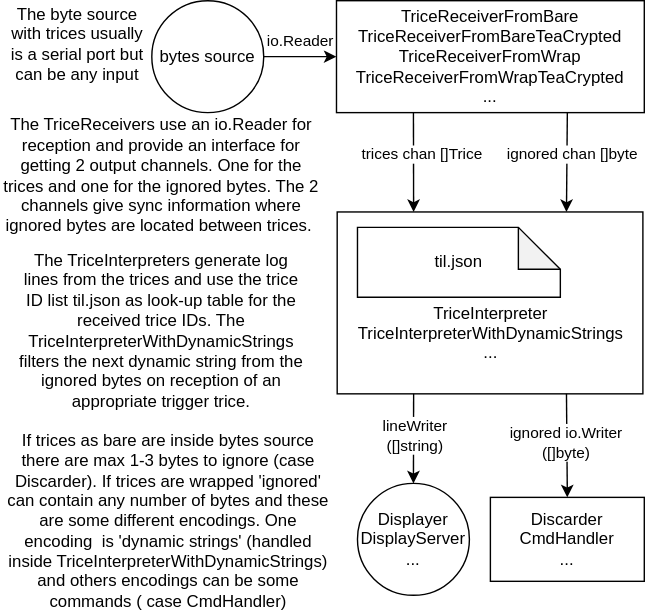
The draw.io diagram docs/README.media/TriceReceiver2.svg in rokath/trice, before a commit. Source tidied: cells renumbered, new cells last; positions are measured from the earlier drawing's top-left corner, leaving out a move shared by most shapes.
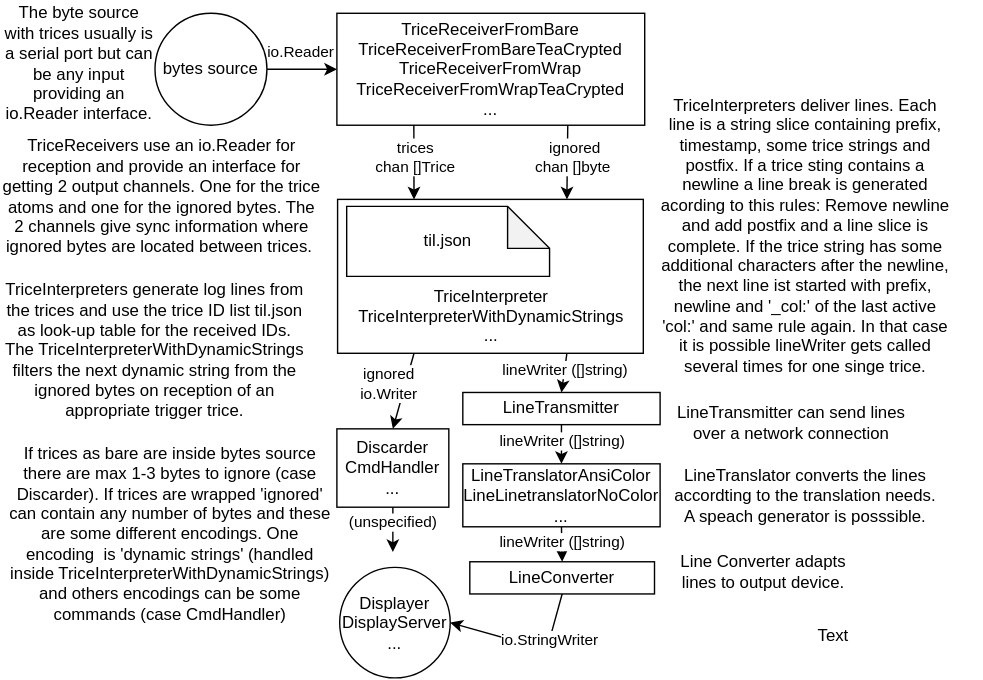
The same diagram one commit later.

What changed in the source:
```diff
@@ -6,7 +6,7 @@
       <mxGeometry x="240" width="220" height="80" as="geometry" />
     </mxCell>
     <mxCell id="3" value="bytes source" style="ellipse;whiteSpace=wrap;html=1;" parent="1" vertex="1">
-      <mxGeometry x="108" width="80" height="80" as="geometry" />
+      <mxGeometry x="110" width="80" height="80" as="geometry" />
     </mxCell>
     <mxCell id="4" style="endArrow=classic;html=1;exitX=1;exitY=0.5;exitDx=0;exitDy=0;entryX=0;entryY=0.5;entryDx=0;entryDy=0;" parent="1" edge="1" source="3" target="2">
       <mxGeometry relative="1" as="geometry" />
@@ -19,58 +19,115 @@
     <mxCell id="6" style="endArrow=classic;html=1;exitX=0.25;exitY=1;exitDx=0;exitDy=0;entryX=0.25;entryY=0;entryDx=0;entryDy=0;" parent="1" edge="1" source="2" target="10">
       <mxGeometry relative="1" as="geometry" />
     </mxCell>
-    <mxCell id="7" value="trices chan []Trice" style="edgeLabel;html=1;align=center;verticalAlign=middle;" parent="6" vertex="1">
+    <mxCell id="7" value="trices &lt;br&gt;chan []Trice" style="edgeLabel;html=1;align=center;verticalAlign=middle;" parent="6" vertex="1">
       <mxGeometry x="-0.29" y="4" relative="1" as="geometry">
-        <mxPoint x="1.1" y="4.9" as="offset" />
+        <mxPoint x="-2.9" y="3.9" as="offset" />
       </mxGeometry>
     </mxCell>
     <mxCell id="8" style="endArrow=classic;html=1;exitX=0.75;exitY=1;exitDx=0;exitDy=0;entryX=0.75;entryY=0;entryDx=0;entryDy=0;" parent="1" edge="1" source="2" target="10">
       <mxGeometry relative="1" as="geometry" />
     </mxCell>
-    <mxCell id="9" value="ignored chan []byte&amp;nbsp;" style="edgeLabel;html=1;align=center;verticalAlign=middle;" parent="8" vertex="1">
+    <mxCell id="9" value="ignored &lt;br&gt;chan []byte&amp;nbsp;" style="edgeLabel;html=1;align=center;verticalAlign=middle;" parent="8" vertex="1">
       <mxGeometry x="-0.63" y="4" relative="1" as="geometry">
-        <mxPoint x="0.9" y="16.9" as="offset" />
+        <mxPoint x="0.9" y="12.9" as="offset" />
       </mxGeometry>
     </mxCell>
-    <mxCell id="10" value="&lt;br&gt;&lt;br&gt;&lt;br&gt;TriceInterpreter&lt;br&gt;TriceInterpreterWithDynamicStrings&lt;br&gt;..." style="rounded=0;whiteSpace=wrap;html=1;" parent="1" vertex="1">
-      <mxGeometry x="240.5" y="151" width="218.5" height="130" as="geometry" />
+    <mxCell id="10" value="&lt;br&gt;&lt;br&gt;&lt;br&gt;&lt;br&gt;TriceInterpreter&lt;br&gt;TriceInterpreterWithDynamicStrings&lt;br&gt;..." style="rounded=0;whiteSpace=wrap;html=1;" parent="1" vertex="1">
+      <mxGeometry x="240.5" y="133" width="218.5" height="110" as="geometry" />
     </mxCell>
-    <mxCell id="11" style="endArrow=classic;html=1;exitX=0.75;exitY=1;exitDx=0;exitDy=0;entryX=0.5;entryY=0;entryDx=0;entryDy=0;" parent="1" edge="1" source="10" target="16">
+    <mxCell id="11" style="endArrow=classic;html=1;entryX=0.5;entryY=0;entryDx=0;entryDy=0;exitX=0.25;exitY=1;exitDx=0;exitDy=0;" parent="1" edge="1" source="10" target="16">
       <mxGeometry relative="1" as="geometry" />
     </mxCell>
-    <mxCell id="12" value="ignored io.Writer&lt;br&gt;([]byte)" style="edgeLabel;html=1;align=center;verticalAlign=middle;" parent="11" vertex="1">
+    <mxCell id="12" value="ignored &lt;br&gt;io.Writer" style="edgeLabel;html=1;align=center;verticalAlign=middle;" parent="11" vertex="1">
       <mxGeometry x="-0.43" y="-1" relative="1" as="geometry">
-        <mxPoint y="13" as="offset" />
+        <mxPoint x="-13" y="7" as="offset" />
       </mxGeometry>
     </mxCell>
     <mxCell id="13" value="Displayer&lt;br&gt;DisplayServer&lt;br&gt;..." style="ellipse;whiteSpace=wrap;html=1;" parent="1" vertex="1">
-      <mxGeometry x="255" y="345" width="80" height="80" as="geometry" />
+      <mxGeometry x="242" y="396" width="79" height="79" as="geometry" />
     </mxCell>
-    <mxCell id="14" style="endArrow=classic;html=1;entryX=0.5;entryY=0;entryDx=0;entryDy=0;exitX=0.25;exitY=1;exitDx=0;exitDy=0;" parent="1" edge="1" source="10" target="13">
+    <mxCell id="14" style="endArrow=classic;html=1;entryX=0.5;entryY=0;entryDx=0;entryDy=0;exitX=0.75;exitY=1;exitDx=0;exitDy=0;" parent="1" edge="1" source="10" target="26">
       <mxGeometry relative="1" as="geometry" />
     </mxCell>
-    <mxCell id="15" value="lineWriter&lt;br&gt;([]string)" style="edgeLabel;html=1;align=center;verticalAlign=middle;" parent="14" vertex="1">
+    <mxCell id="15" value="lineWriter ([]string)" style="edgeLabel;html=1;align=center;verticalAlign=middle;" parent="14" vertex="1">
       <mxGeometry x="-0.22" relative="1" as="geometry">
-        <mxPoint y="5" as="offset" />
+        <mxPoint y="1" as="offset" />
       </mxGeometry>
     </mxCell>
     <mxCell id="16" value="&lt;span&gt;Discarder&lt;/span&gt;&lt;br&gt;&lt;span&gt;CmdHandler&lt;br&gt;...&lt;br&gt;&lt;/span&gt;" style="rounded=0;whiteSpace=wrap;html=1;" parent="1" vertex="1">
-      <mxGeometry x="350" y="355" width="110" height="60" as="geometry" />
+      <mxGeometry x="240" y="297" width="80" height="56" as="geometry" />
     </mxCell>
-    <mxCell id="17" value="If trices as bare are inside bytes source there are max 1-3 bytes to ignore (case Discarder). If trices are wrapped 'ignored' can contain any number of bytes and these are some different encodings. One encoding&amp;nbsp; is 'dynamic strings' (handled inside TriceInterpreterWithDynamicStrings) and others encodings can be some commands ( case CmdHandler)" style="text;html=1;strokeColor=none;fillColor=none;align=center;verticalAlign=middle;whiteSpace=wrap;rounded=0;" parent="1" vertex="1">
-      <mxGeometry y="308" width="240" height="127" as="geometry" />
+    <mxCell id="17" value="If trices as bare are inside bytes source there are max 1-3 bytes to ignore (case Discarder). If trices are wrapped 'ignored' can contain any number of bytes and these are some different encodings. One encoding&amp;nbsp; is 'dynamic strings' (handled inside TriceInterpreterWithDynamicStrings) and others encodings can be some commands (case CmdHandler)" style="text;html=1;strokeColor=none;fillColor=none;align=center;verticalAlign=middle;whiteSpace=wrap;rounded=0;" parent="1" vertex="1">
+      <mxGeometry x="1" y="308" width="240" height="127" as="geometry" />
     </mxCell>
-    <mxCell id="18" value="The TriceReceivers use an io.Reader for reception and provide an interface for getting 2 output channels. One for the trices and one for the ignored bytes. The 2 channels give sync information where ignored bytes are located between trices.&amp;nbsp;" style="text;html=1;strokeColor=none;fillColor=none;align=center;verticalAlign=middle;whiteSpace=wrap;rounded=0;" parent="1" vertex="1">
-      <mxGeometry y="80" width="230" height="90" as="geometry" />
+    <mxCell id="18" value="TriceReceivers use an io.Reader for reception and provide an interface for getting 2 output channels. One for the trice atoms and one for the ignored bytes. The 2 channels give sync information where ignored bytes are located between trices.&amp;nbsp;" style="text;html=1;strokeColor=none;fillColor=none;align=center;verticalAlign=middle;whiteSpace=wrap;rounded=0;" parent="1" vertex="1">
+      <mxGeometry y="86" width="230" height="90" as="geometry" />
     </mxCell>
-    <mxCell id="19" value="The TriceInterpreters generate log lines from the trices and use the trice ID list til.json as look-up table for the received trice IDs. The TriceInterpreterWithDynamicStrings&lt;br&gt;filters the next dynamic string from the ignored bytes on reception of an appropriate trigger trice." style="text;html=1;strokeColor=none;fillColor=none;align=center;verticalAlign=middle;whiteSpace=wrap;rounded=0;" parent="1" vertex="1">
-      <mxGeometry x="10" y="179" width="210" height="113" as="geometry" />
+    <mxCell id="19" value="TriceInterpreters generate log lines from the trices and use the trice ID list til.json as look-up table for the received IDs. The TriceInterpreterWithDynamicStrings&lt;br&gt;filters the next dynamic string from the ignored bytes on reception of an appropriate trigger trice." style="text;html=1;strokeColor=none;fillColor=none;align=center;verticalAlign=middle;whiteSpace=wrap;rounded=0;" parent="1" vertex="1">
+      <mxGeometry y="184" width="220" height="113" as="geometry" />
     </mxCell>
     <mxCell id="20" value="til.json" style="shape=note;whiteSpace=wrap;html=1;backgroundOutline=1;darkOpacity=0.05;" parent="1" vertex="1">
-      <mxGeometry x="255" y="162" width="145" height="50" as="geometry" />
+      <mxGeometry x="247" y="138" width="145" height="50" as="geometry" />
     </mxCell>
-    <mxCell id="21" value="The byte source with trices usually is a serial port but can be any input" style="text;html=1;strokeColor=none;fillColor=none;align=center;verticalAlign=middle;whiteSpace=wrap;rounded=0;" parent="1" vertex="1">
-      <mxGeometry x="5" y="3" width="100" height="55" as="geometry" />
+    <mxCell id="21" value="The byte source with trices usually is a serial port but can be any input providing an io.Reader interface." style="text;html=1;strokeColor=none;fillColor=none;align=center;verticalAlign=middle;whiteSpace=wrap;rounded=0;" parent="1" vertex="1">
+      <mxGeometry x="1" y="-9" width="110" height="90" as="geometry" />
     </mxCell>
+    <mxCell id="22" value="LineTranslatorAnsiColor&lt;br&gt;LineLinetranslatorNoColor&lt;br&gt;..." style="rounded=0;whiteSpace=wrap;html=1;" parent="1" vertex="1">
+      <mxGeometry x="330" y="322" width="141" height="45" as="geometry" />
+    </mxCell>
+    <mxCell id="23" value="io.StringWriter" style="endArrow=classic;html=1;entryX=1;entryY=0.5;entryDx=0;entryDy=0;exitX=0.5;exitY=1;exitDx=0;exitDy=0;" parent="1" edge="1" source="27" target="13">
+      <mxGeometry x="-0.4" relative="1" as="geometry">
+        <Array as="points">
+          <mxPoint x="390" y="455" />
+        </Array>
+      </mxGeometry>
+    </mxCell>
+    <mxCell id="24" style="endArrow=classic;html=1;exitX=0.5;exitY=1;exitDx=0;exitDy=0;" parent="1" edge="1" source="16">
+      <mxGeometry relative="1" as="geometry">
+        <mxPoint x="280" y="385" as="targetPoint" />
+      </mxGeometry>
+    </mxCell>
+    <mxCell id="25" value="(unspecified)" style="edgeLabel;html=1;align=center;verticalAlign=middle;" parent="24" vertex="1">
+      <mxGeometry x="-0.2" relative="1" as="geometry">
+        <mxPoint x="-0.4" y="-2.7" as="offset" />
+      </mxGeometry>
+    </mxCell>
+    <mxCell id="26" value="LineTransmitter" style="rounded=0;whiteSpace=wrap;html=1;" parent="1" vertex="1">
+      <mxGeometry x="330" y="271" width="141" height="23" as="geometry" />
+    </mxCell>
+    <mxCell id="27" value="LineConverter" style="rounded=0;whiteSpace=wrap;html=1;" parent="1" vertex="1">
+      <mxGeometry x="335" y="392" width="132" height="23" as="geometry" />
+    </mxCell>
+    <mxCell id="28" value="TriceInterpreters deliver lines. Each line is a string slice containing prefix, timestamp, some trice strings and postfix. If a trice sting contains a newline a line break is generated acording to this rules: Remove newline and add postfix and a line slice is complete. If the trice string has some additional characters after the newline, the next line ist started with prefix, newline and '_col:' of the last active 'col:' and same rule again. In that case it is possible lineWriter gets called several times for one singe trice." style="text;html=1;strokeColor=none;fillColor=none;align=center;verticalAlign=middle;whiteSpace=wrap;rounded=0;" parent="1" vertex="1">
+      <mxGeometry x="470" y="55" width="210" height="207" as="geometry" />
+    </mxCell>
+    <mxCell id="29" style="endArrow=classic;html=1;entryX=0.5;entryY=0;entryDx=0;entryDy=0;exitX=0.5;exitY=1;exitDx=0;exitDy=0;" parent="1" edge="1" source="26" target="22">
+      <mxGeometry relative="1" as="geometry" />
+    </mxCell>
+    <mxCell id="30" value="lineWriter ([]string)" style="edgeLabel;html=1;align=center;verticalAlign=middle;" parent="29" vertex="1">
+      <mxGeometry x="-0.22" relative="1" as="geometry">
+        <mxPoint y="1" as="offset" />
+      </mxGeometry>
+    </mxCell>
+    <mxCell id="31" value="LineTransmitter can send lines over a network connection" style="text;html=1;strokeColor=none;fillColor=none;align=center;verticalAlign=middle;whiteSpace=wrap;rounded=0;" parent="1" vertex="1">
+      <mxGeometry x="480" y="278" width="170" height="30" as="geometry" />
+    </mxCell>
+    <mxCell id="32" value="LineTranslator converts the lines accordting to the translation needs. A speach generator is posssible." style="text;html=1;strokeColor=none;fillColor=none;align=center;verticalAlign=middle;whiteSpace=wrap;rounded=0;" parent="1" vertex="1">
+      <mxGeometry x="480" y="314.5" width="190" height="60" as="geometry" />
+    </mxCell>
+    <mxCell id="33" style="endArrow=classic;html=1;entryX=0.5;entryY=0;entryDx=0;entryDy=0;exitX=0.5;exitY=1;exitDx=0;exitDy=0;" parent="1" edge="1" source="22" target="27">
+      <mxGeometry relative="1" as="geometry" />
+    </mxCell>
+    <mxCell id="34" value="lineWriter ([]string)" style="edgeLabel;html=1;align=center;verticalAlign=middle;" parent="33" vertex="1">
+      <mxGeometry x="-0.22" relative="1" as="geometry">
+        <mxPoint y="1" as="offset" />
+      </mxGeometry>
+    </mxCell>
+    <mxCell id="35" value="Line Converter adapts lines to output device." style="text;html=1;strokeColor=none;fillColor=none;align=center;verticalAlign=middle;whiteSpace=wrap;rounded=0;" parent="1" vertex="1">
+      <mxGeometry x="480" y="382" width="130" height="33" as="geometry" />
+    </mxCell>
+    <mxCell id="36" value="Text" style="text;html=1;strokeColor=none;fillColor=none;align=center;verticalAlign=middle;whiteSpace=wrap;rounded=0;" parent="1" vertex="1">
+      <mxGeometry x="490" y="435" width="210" height="20" as="geometry" />
+    </mxCell>
   </root>
 </mxGraphModel>
```
